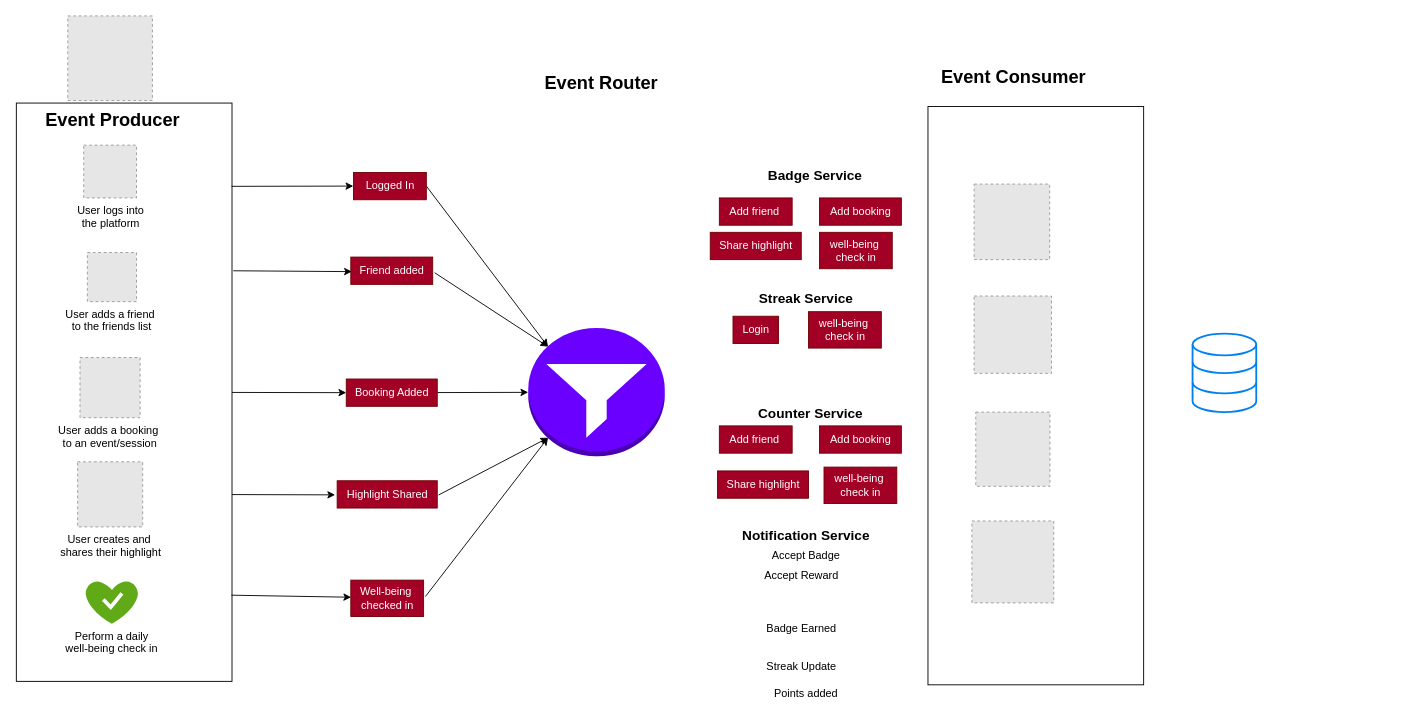
Sky-monster/Diagrams keeps this draw.io diagram as Untitled Diagram.drawio. Above is the earlier version. Source tidied: cells renumbered, new cells numbered last; positions are measured from the earlier drawing's top-left corner, leaving out a move shared by most shapes. Both pictures are drawn from the tidied source at 91%, with x=0, y=0 at pixel (-166, 15). Pictures stored in the file or linked from it are replaced by grey dashed boxes.
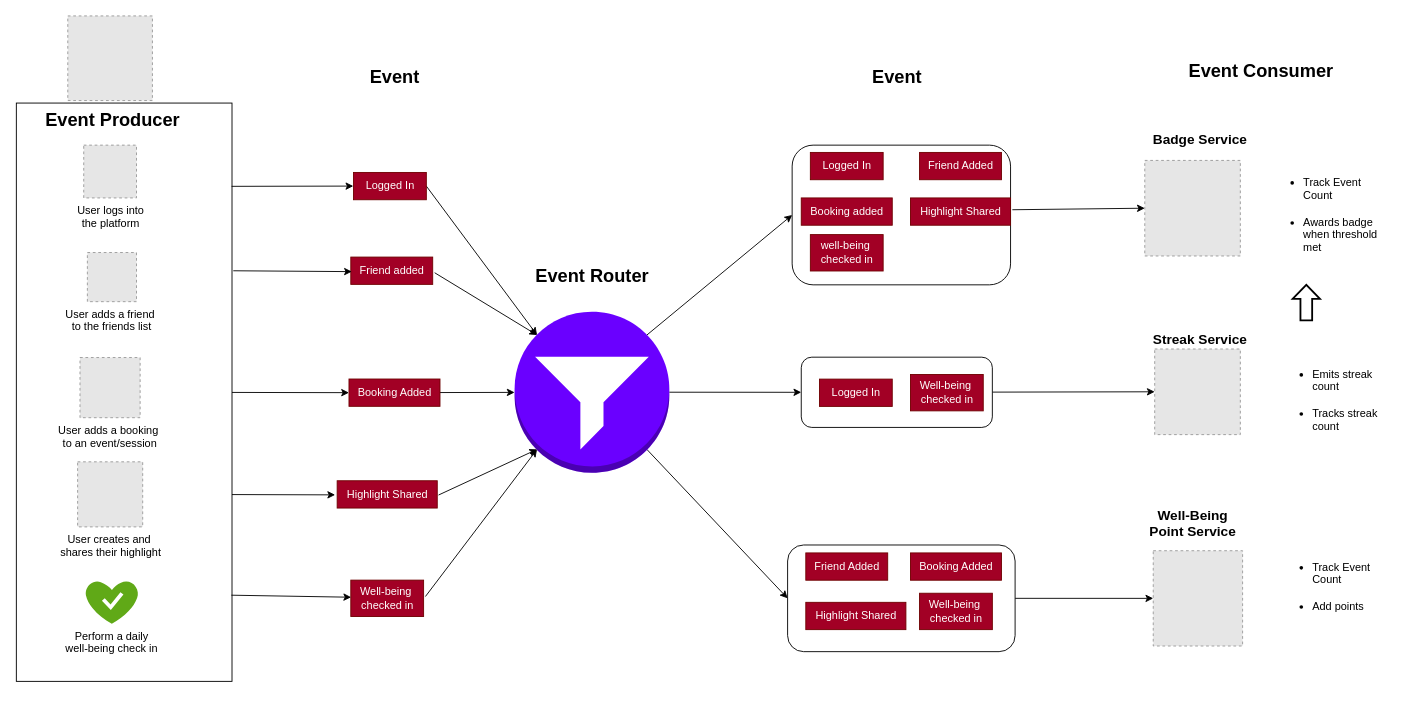
The same diagram, later.

What changed in the source:
```diff
@@
-    <mxCell id="2" style="rounded=0;whiteSpace=wrap;html=1;rotation=-90;" parent="1" vertex="1">
-      <mxGeometry x="1002" y="298.8" width="635.5" height="237" as="geometry" />
-    </mxCell>
+    <mxCell id="55" style="rounded=0;jettySize=auto;html=1;entryX=0;entryY=0.5;entryDx=0;entryDy=0;" parent="1" edge="1" source="56" target="68">
+      <mxGeometry relative="1" as="geometry" />
+    </mxCell>
+    <mxCell id="56" style="rounded=1;whiteSpace=wrap;html=1;" parent="1" vertex="1">
+      <mxGeometry x="1047" y="581.4" width="250" height="117.2" as="geometry" />
+    </mxCell>
+    <mxCell id="57" style="rounded=0;jettySize=auto;html=1;entryX=0;entryY=0.5;entryDx=0;entryDy=0;" parent="1" edge="1" source="58" target="73">
+      <mxGeometry relative="1" as="geometry" />
+    </mxCell>
+    <mxCell id="58" style="rounded=1;whiteSpace=wrap;html=1;" parent="1" vertex="1">
+      <mxGeometry x="1062" y="375" width="210" height="77.2" as="geometry" />
+    </mxCell>
+    <mxCell id="59" style="rounded=1;whiteSpace=wrap;html=1;" parent="1" vertex="1">
+      <mxGeometry x="1052" y="142" width="240" height="153.5" as="geometry" />
+    </mxCell>
@@
+    <mxCell id="60" style="rounded=0;jettySize=auto;html=1;exitX=0.855;exitY=0.855;exitDx=0;exitDy=0;exitPerimeter=0;entryX=0;entryY=0.5;entryDx=0;entryDy=0;" parent="1" edge="1" source="5" target="56">
+      <mxGeometry relative="1" as="geometry" />
+    </mxCell>
+    <mxCell id="61" style="rounded=0;jettySize=auto;html=1;exitX=1;exitY=0.5;exitDx=0;exitDy=0;exitPerimeter=0;entryX=0;entryY=0.5;entryDx=0;entryDy=0;" parent="1" edge="1" source="5" target="58">
+      <mxGeometry relative="1" as="geometry" />
+    </mxCell>
+    <mxCell id="62" style="rounded=0;jettySize=auto;html=1;exitX=0.855;exitY=0.145;exitDx=0;exitDy=0;exitPerimeter=0;entryX=0;entryY=0.5;entryDx=0;entryDy=0;" parent="1" edge="1" source="5" target="59">
+      <mxGeometry relative="1" as="geometry" />
+    </mxCell>
     <mxCell id="5" style="outlineConnect=0;dashed=0;verticalLabelPosition=bottom;verticalAlign=top;align=center;html=1;shape=mxgraph.aws3.filtering_rule;fillColor=#6a00ff;fontColor=#ffffff;strokeColor=#3700CC;" parent="1" vertex="1">
-      <mxGeometry x="762" y="343" width="150" height="141" as="geometry" />
+      <mxGeometry x="747" y="325" width="170" height="177" as="geometry" />
     </mxCell>
-    <mxCell id="6" style="html=1;verticalLabelPosition=bottom;align=center;labelBackgroundColor=#ffffff;verticalAlign=top;strokeWidth=2;strokeColor=#0080F0;shadow=0;dashed=0;shape=mxgraph.ios7.icons.data;" parent="1" vertex="1">
-      <mxGeometry x="1492" y="349.2" width="70" height="86.1" as="geometry" />
-    </mxCell>
@@
-    <mxCell id="8" value="Accept Badge" style="text;html=1;align=center;verticalAlign=middle;strokeColor=none;fillColor=none;" parent="1" vertex="1">
-      <mxGeometry x="1017" y="578" width="100" height="30" as="geometry" />
-    </mxCell>
-    <mxCell id="9" value="Accept Reward" style="text;html=1;align=center;verticalAlign=middle;strokeColor=none;fillColor=none;" parent="1" vertex="1">
-      <mxGeometry x="1012" y="600" width="100" height="30" as="geometry" />
-    </mxCell>
-    <mxCell id="10" value="Badge Earned" style="text;html=1;align=center;verticalAlign=middle;strokeColor=none;fillColor=none;" parent="1" vertex="1">
-      <mxGeometry x="1012" y="658" width="100" height="30" as="geometry" />
-    </mxCell>
-    <mxCell id="11" value="Streak Update" style="text;html=1;align=center;verticalAlign=middle;strokeColor=none;fillColor=none;" parent="1" vertex="1">
-      <mxGeometry x="1012" y="700" width="100" height="30" as="geometry" />
-    </mxCell>
-    <mxCell id="12" value="Points added" style="text;html=1;align=center;verticalAlign=middle;strokeColor=none;fillColor=none;" parent="1" vertex="1">
-      <mxGeometry x="1022" y="730" width="90" height="30" as="geometry" />
-    </mxCell>
@@
     <mxCell id="15" value="Booking Added" style="text;html=1;align=center;verticalAlign=middle;points=[];strokeColor=#6F0000;fillColor=#a20025;fontColor=#ffffff;" parent="1" vertex="1">
-      <mxGeometry x="562" y="399" width="100" height="30" as="geometry" />
+      <mxGeometry x="565" y="399" width="100" height="30" as="geometry" />
     </mxCell>
@@
     <mxCell id="26" value="Event Router" style="text;html=1;align=center;verticalAlign=middle;strokeColor=none;fillColor=none;fontFamily=Arial;fontSize=20;fontStyle=1;" parent="1" vertex="1">
-      <mxGeometry x="772" y="53" width="140" height="40" as="geometry" />
+      <mxGeometry x="762" y="265" width="140" height="40" as="geometry" />
     </mxCell>
@@
     <mxCell id="29" style="fillColor=#E6E6E6;strokeColor=#999999;dashed=1;verticalLabelPosition=bottom;labelBackgroundColor=default;verticalAlign=top;" parent="1" vertex="1">
-      <mxGeometry x="1252" y="184.8" width="83" height="83" as="geometry" />
+      <mxGeometry x="1439.5" y="158.8" width="105" height="105" as="geometry" />
     </mxCell>
-    <mxCell id="30" style="fillColor=#E6E6E6;strokeColor=#999999;dashed=1;verticalLabelPosition=bottom;labelBackgroundColor=default;verticalAlign=top;" parent="1" vertex="1">
-      <mxGeometry x="1252" y="307.8" width="85" height="85" as="geometry" />
-    </mxCell>
     <mxCell id="31" value="Event Consumer" style="text;html=1;align=center;verticalAlign=middle;strokeColor=none;fillColor=none;fontFamily=Arial;fontSize=20;fontStyle=1;" parent="1" vertex="1">
-      <mxGeometry x="1209.5" y="45.8" width="170" height="40" as="geometry" />
+      <mxGeometry x="1482" y="40" width="170" height="40" as="geometry" />
     </mxCell>
-    <mxCell id="32" style="fillColor=#E6E6E6;strokeColor=#999999;dashed=1;verticalLabelPosition=bottom;labelBackgroundColor=default;verticalAlign=top;" parent="1" vertex="1">
-      <mxGeometry x="1253.8" y="435.4" width="81.5" height="81.5" as="geometry" />
-    </mxCell>
-    <mxCell id="33" style="fillColor=#E6E6E6;strokeColor=#999999;dashed=1;verticalLabelPosition=bottom;labelBackgroundColor=default;verticalAlign=top;" parent="1" vertex="1">
-      <mxGeometry x="1249.5" y="555" width="90" height="90" as="geometry" />
-    </mxCell>
@@
-    <mxCell id="36" value="Login" style="text;html=1;align=center;verticalAlign=middle;strokeColor=#6F0000;fillColor=#a20025;fontColor=#ffffff;" parent="1" vertex="1">
-      <mxGeometry x="987" y="330" width="50" height="30" as="geometry" />
+    <mxCell id="36" value="Friend Added" style="text;html=1;align=center;verticalAlign=middle;strokeColor=#6F0000;fillColor=#a20025;fontColor=#ffffff;" parent="1" vertex="1">
+      <mxGeometry x="1192" y="150" width="90" height="30" as="geometry" />
     </mxCell>
     <mxCell id="37" value="&lt;font face=&quot;Arial&quot;&gt;Badge Service&lt;/font&gt;" style="text;html=1;align=center;verticalAlign=middle;strokeColor=none;fillColor=none;fontSize=15;fontStyle=1;" parent="1" vertex="1">
-      <mxGeometry x="1017" y="159.5" width="120" height="30" as="geometry" />
+      <mxGeometry x="1439.5" y="120" width="120" height="30" as="geometry" />
     </mxCell>
     <mxCell id="38" value="&lt;font face=&quot;Arial&quot;&gt;Streak Service&lt;/font&gt;" style="text;html=1;align=center;verticalAlign=middle;strokeColor=none;fillColor=none;fontSize=15;fontStyle=1;" parent="1" vertex="1">
-      <mxGeometry x="1007" y="295" width="120" height="30" as="geometry" />
+      <mxGeometry x="1439.5" y="340" width="120" height="30" as="geometry" />
     </mxCell>
-    <mxCell id="39" value="&lt;font face=&quot;Arial&quot;&gt;Counter Service&lt;/font&gt;" style="text;html=1;align=center;verticalAlign=middle;strokeColor=none;fillColor=none;fontSize=15;fontStyle=1;" parent="1" vertex="1">
-      <mxGeometry x="1007" y="420.5" width="130" height="30" as="geometry" />
+    <mxCell id="39" value="&lt;font face=&quot;Arial&quot;&gt;Well-Being&lt;br&gt;Point Service&lt;/font&gt;" style="text;html=1;align=center;verticalAlign=middle;strokeColor=none;fillColor=none;fontSize=15;fontStyle=1;" parent="1" vertex="1">
+      <mxGeometry x="1437" y="532" width="110" height="50" as="geometry" />
     </mxCell>
-    <mxCell id="40" value="&lt;font face=&quot;Arial&quot;&gt;Notification Service&lt;/font&gt;" style="text;html=1;align=center;verticalAlign=middle;strokeColor=none;fillColor=none;fontSize=15;fontStyle=1;" parent="1" vertex="1">
-      <mxGeometry x="992" y="555" width="150" height="30" as="geometry" />
-    </mxCell>
-    <mxCell id="41" value="well-being&amp;nbsp;&lt;br&gt;check in" style="text;html=1;align=center;verticalAlign=middle;strokeColor=#6F0000;fillColor=#a20025;fontColor=#ffffff;" parent="1" vertex="1">
-      <mxGeometry x="1082" y="237.8" width="80" height="40" as="geometry" />
+    <mxCell id="41" value="Well-being&amp;nbsp;&lt;br&gt;checked in" style="text;html=1;align=center;verticalAlign=middle;strokeColor=#6F0000;fillColor=#a20025;fontColor=#ffffff;" parent="1" vertex="1">
+      <mxGeometry x="1192" y="634.4" width="80" height="40" as="geometry" />
     </mxCell>
-    <mxCell id="42" value="Add friend&amp;nbsp;" style="text;html=1;align=center;verticalAlign=middle;strokeColor=#6F0000;fillColor=#a20025;fontColor=#ffffff;" parent="1" vertex="1">
-      <mxGeometry x="972" y="200" width="80" height="30" as="geometry" />
+    <mxCell id="42" value="Friend Added" style="text;html=1;align=center;verticalAlign=middle;strokeColor=#6F0000;fillColor=#a20025;fontColor=#ffffff;" parent="1" vertex="1">
+      <mxGeometry x="1067" y="590.1" width="90" height="30" as="geometry" />
     </mxCell>
-    <mxCell id="43" value="Add booking" style="text;html=1;align=center;verticalAlign=middle;strokeColor=#6F0000;fillColor=#a20025;fontColor=#ffffff;" parent="1" vertex="1">
-      <mxGeometry x="1082" y="200" width="90" height="30" as="geometry" />
+    <mxCell id="43" value="Booking Added" style="text;html=1;align=center;verticalAlign=middle;strokeColor=#6F0000;fillColor=#a20025;fontColor=#ffffff;" parent="1" vertex="1">
+      <mxGeometry x="1182" y="590.1" width="100" height="30" as="geometry" />
     </mxCell>
+    <mxCell id="63" style="rounded=0;jettySize=auto;html=1;entryX=0;entryY=0.5;entryDx=0;entryDy=0;exitX=1.018;exitY=0.433;exitDx=0;exitDy=0;exitPerimeter=0;" parent="1" edge="1" source="44" target="29">
+      <mxGeometry relative="1" as="geometry" />
+    </mxCell>
-    <mxCell id="44" value="Share highlight" style="text;html=1;align=center;verticalAlign=middle;points=[];strokeColor=#6F0000;fillColor=#a20025;fontColor=#ffffff;" parent="1" vertex="1">
-      <mxGeometry x="962" y="237.8" width="100" height="30" as="geometry" />
+    <mxCell id="44" value="Highlight Shared" style="text;html=1;align=center;verticalAlign=middle;points=[];strokeColor=#6F0000;fillColor=#a20025;fontColor=#ffffff;" parent="1" vertex="1">
+      <mxGeometry x="1182" y="200" width="110" height="30" as="geometry" />
     </mxCell>
-    <mxCell id="45" value="well-being&amp;nbsp;&lt;br&gt;check in" style="text;html=1;align=center;verticalAlign=middle;strokeColor=#6F0000;fillColor=#a20025;fontColor=#ffffff;" parent="1" vertex="1">
-      <mxGeometry x="1070" y="325" width="80" height="40" as="geometry" />
+    <mxCell id="45" value="well-being&amp;nbsp;&lt;br&gt;checked in" style="text;html=1;align=center;verticalAlign=middle;strokeColor=#6F0000;fillColor=#a20025;fontColor=#ffffff;" parent="1" vertex="1">
+      <mxGeometry x="1072" y="240.3" width="80" height="40" as="geometry" />
     </mxCell>
-    <mxCell id="46" value="Add friend&amp;nbsp;" style="text;html=1;align=center;verticalAlign=middle;strokeColor=#6F0000;fillColor=#a20025;fontColor=#ffffff;" parent="1" vertex="1">
-      <mxGeometry x="972" y="450.5" width="80" height="30" as="geometry" />
-    </mxCell>
-    <mxCell id="47" value="Add booking" style="text;html=1;align=center;verticalAlign=middle;strokeColor=#6F0000;fillColor=#a20025;fontColor=#ffffff;" parent="1" vertex="1">
-      <mxGeometry x="1082" y="450.5" width="90" height="30" as="geometry" />
+    <mxCell id="47" value="Booking added" style="text;html=1;align=center;verticalAlign=middle;strokeColor=#6F0000;fillColor=#a20025;fontColor=#ffffff;" parent="1" vertex="1">
+      <mxGeometry x="1062" y="200" width="100" height="30" as="geometry" />
     </mxCell>
-    <mxCell id="48" value="Share highlight" style="text;html=1;align=center;verticalAlign=middle;strokeColor=#6F0000;fillColor=#a20025;fontColor=#ffffff;" parent="1" vertex="1">
-      <mxGeometry x="970" y="500" width="100" height="30" as="geometry" />
-    </mxCell>
-    <mxCell id="49" value="well-being&amp;nbsp;&lt;br&gt;check in" style="text;html=1;align=center;verticalAlign=middle;strokeColor=#6F0000;fillColor=#a20025;fontColor=#ffffff;" parent="1" vertex="1">
-      <mxGeometry x="1087" y="495.8" width="80" height="40" as="geometry" />
+    <mxCell id="49" value="Well-being&amp;nbsp;&lt;br&gt;checked in" style="text;html=1;align=center;verticalAlign=middle;strokeColor=#6F0000;fillColor=#a20025;fontColor=#ffffff;" parent="1" vertex="1">
+      <mxGeometry x="1182" y="394" width="80" height="40" as="geometry" />
     </mxCell>
@@
+    <mxCell id="64" value="Logged In" style="text;html=1;align=center;verticalAlign=middle;strokeColor=#6F0000;fillColor=#a20025;fontColor=#ffffff;" parent="1" vertex="1">
+      <mxGeometry x="1072" y="150" width="80" height="30" as="geometry" />
+    </mxCell>
+    <mxCell id="65" value="Event" style="text;html=1;align=center;verticalAlign=middle;strokeColor=none;fillColor=none;fontFamily=Arial;fontSize=20;fontStyle=1;" parent="1" vertex="1">
+      <mxGeometry x="580" y="45.8" width="70" height="40" as="geometry" />
+    </mxCell>
+    <mxCell id="66" value="Event" style="text;html=1;align=center;verticalAlign=middle;strokeColor=none;fillColor=none;fontFamily=Arial;fontSize=20;fontStyle=1;" parent="1" vertex="1">
+      <mxGeometry x="1132" y="45.8" width="70" height="40" as="geometry" />
+    </mxCell>
+    <mxCell id="67" value="Logged In" style="text;html=1;align=center;verticalAlign=middle;strokeColor=#6F0000;fillColor=#a20025;fontColor=#ffffff;" parent="1" vertex="1">
+      <mxGeometry x="1082" y="399.1" width="80" height="30" as="geometry" />
+    </mxCell>
+    <mxCell id="68" style="fillColor=#E6E6E6;strokeColor=#999999;dashed=1;verticalLabelPosition=bottom;labelBackgroundColor=default;verticalAlign=top;" parent="1" vertex="1">
+      <mxGeometry x="1448.8" y="587.7" width="98.2" height="104.7" as="geometry" />
+    </mxCell>
+    <mxCell id="69" value="Highlight Shared" style="text;html=1;align=center;verticalAlign=middle;strokeColor=#6F0000;fillColor=#a20025;fontColor=#ffffff;" parent="1" vertex="1">
+      <mxGeometry x="1067" y="644.4" width="110" height="30" as="geometry" />
+    </mxCell>
+    <mxCell id="70" style="edgeStyle=orthogonalEdgeStyle;rounded=0;orthogonalLoop=1;jettySize=auto;html=1;exitX=0.5;exitY=1;exitDx=0;exitDy=0;" parent="1" edge="1" source="59" target="59">
+      <mxGeometry relative="1" as="geometry" />
+    </mxCell>
+    <mxCell id="71" value="&lt;ul&gt;&lt;li&gt;Track Event Count&lt;br&gt;&lt;br&gt;&lt;/li&gt;&lt;li&gt;&lt;font face=&quot;Arial&quot;&gt;Awards badge when threshold met&lt;/font&gt;&lt;/li&gt;&lt;/ul&gt;" style="text;html=1;align=left;verticalAlign=middle;whiteSpace=wrap;rounded=0;" parent="1" vertex="1">
+      <mxGeometry x="1572" y="188.8" width="140" height="60" as="geometry" />
+    </mxCell>
+    <mxCell id="72" value="&lt;ul&gt;&lt;li&gt;Emits streak count&lt;br&gt;&lt;br&gt;&lt;/li&gt;&lt;li&gt;Tracks streak count&lt;/li&gt;&lt;/ul&gt;" style="text;html=1;align=left;verticalAlign=middle;whiteSpace=wrap;rounded=0;" parent="1" vertex="1">
+      <mxGeometry x="1582" y="387.6" width="140" height="68.5" as="geometry" />
+    </mxCell>
+    <mxCell id="73" style="fillColor=#E6E6E6;strokeColor=#999999;dashed=1;verticalLabelPosition=bottom;labelBackgroundColor=default;verticalAlign=top;" parent="1" vertex="1">
+      <mxGeometry x="1450.4" y="366" width="94.1" height="94.1" as="geometry" />
+    </mxCell>
+    <mxCell id="74" style="shape=mxgraph.arrows.arrow_up;html=1;verticalLabelPosition=bottom;verticalAlign=top;strokeWidth=2;strokeColor=#000000;" parent="1" vertex="1">
+      <mxGeometry x="1602" y="295.5" width="30" height="39" as="geometry" />
+    </mxCell>
+    <mxCell id="75" value="&lt;ul&gt;&lt;li&gt;Track Event Count&lt;br&gt;&lt;br&gt;&lt;/li&gt;&lt;li&gt;Add points&lt;br&gt;&lt;br&gt;&lt;/li&gt;&lt;/ul&gt;" style="text;html=1;align=left;verticalAlign=middle;whiteSpace=wrap;rounded=0;" parent="1" vertex="1">
+      <mxGeometry x="1582" y="599.5" width="140" height="68.5" as="geometry" />
+    </mxCell>
```
